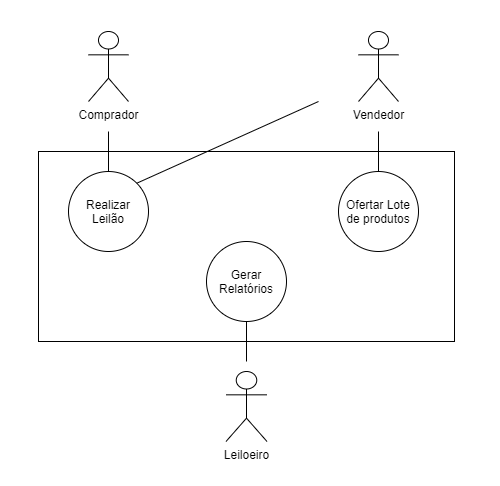
Above: Levantamento de Requisitos/diagrama_de_casos_de_uso.png in AndreHGN/Lab-Engenharia-Software-Grupo-3 (draw.io), before the change. Source tidied: cells renumbered, new cells last; positions are measured from the earlier drawing's top-left corner, leaving out a move shared by most shapes. The source it was exported from:
```xml
<mxGraphModel>
  <root>
    <mxCell id="0" />
    <mxCell id="1" parent="0" />
    <mxCell id="2" style="rounded=0;whiteSpace=wrap;html=1;" parent="1" vertex="1">
      <mxGeometry y="120" width="416" height="190" as="geometry" />
    </mxCell>
    <mxCell id="3" value="Comprador" style="shape=umlActor;verticalLabelPosition=bottom;verticalAlign=top;html=1;" parent="1" vertex="1">
      <mxGeometry x="50" width="40" height="70" as="geometry" />
    </mxCell>
    <mxCell id="4" value="Vendedor" style="shape=umlActor;verticalLabelPosition=bottom;verticalAlign=top;html=1;" parent="1" vertex="1">
      <mxGeometry x="320" width="40" height="70" as="geometry" />
    </mxCell>
    <mxCell id="5" value="Leiloeiro" style="shape=umlActor;verticalLabelPosition=bottom;verticalAlign=top;html=1;" parent="1" vertex="1">
      <mxGeometry x="187.5" y="340" width="41" height="70" as="geometry" />
    </mxCell>
    <mxCell id="6" value="Realizar Leilão" style="ellipse;whiteSpace=wrap;html=1;" parent="1" vertex="1">
      <mxGeometry x="30" y="140" width="80" height="80" as="geometry" />
    </mxCell>
    <mxCell id="7" value="Ofertar Lote de produtos" style="ellipse;whiteSpace=wrap;html=1;" parent="1" vertex="1">
      <mxGeometry x="300" y="140" width="80" height="80" as="geometry" />
    </mxCell>
    <mxCell id="8" value="Gerar Relatórios" style="ellipse;whiteSpace=wrap;html=1;" parent="1" vertex="1">
      <mxGeometry x="168" y="210" width="80" height="80" as="geometry" />
    </mxCell>
    <mxCell id="9" style="endArrow=none;html=1;exitX=0.5;exitY=0;exitDx=0;exitDy=0;" parent="1" edge="1" source="6">
      <mxGeometry relative="1" as="geometry">
        <mxPoint x="70" y="100" as="targetPoint" />
      </mxGeometry>
    </mxCell>
    <mxCell id="10" style="endArrow=none;html=1;exitX=1;exitY=0;exitDx=0;exitDy=0;" parent="1" edge="1" source="6">
      <mxGeometry relative="1" as="geometry">
        <mxPoint x="280" y="70" as="targetPoint" />
      </mxGeometry>
    </mxCell>
    <mxCell id="11" style="endArrow=none;html=1;entryX=0.5;entryY=0;entryDx=0;entryDy=0;" parent="1" edge="1" target="7">
      <mxGeometry relative="1" as="geometry">
        <mxPoint x="340" y="100" as="sourcePoint" />
      </mxGeometry>
    </mxCell>
    <mxCell id="12" style="endArrow=none;html=1;exitX=0.5;exitY=1;exitDx=0;exitDy=0;" parent="1" edge="1" source="8">
      <mxGeometry relative="1" as="geometry">
        <mxPoint x="208" y="330" as="targetPoint" />
      </mxGeometry>
    </mxCell>
  </root>
</mxGraphModel>
```
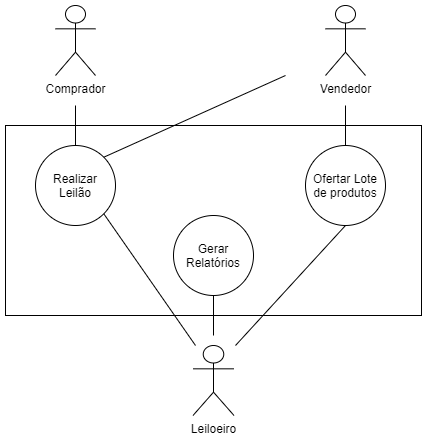
After the change.

The edit, as a diff of the source:
```diff
@@ -43,5 +43,15 @@
         <mxPoint x="208" y="330" as="targetPoint" />
       </mxGeometry>
     </mxCell>
+    <mxCell id="13" style="endArrow=none;html=1;entryX=0.5;entryY=1;entryDx=0;entryDy=0;" parent="1" edge="1" target="7">
+      <mxGeometry relative="1" as="geometry">
+        <mxPoint x="230" y="340" as="sourcePoint" />
+      </mxGeometry>
+    </mxCell>
+    <mxCell id="14" style="endArrow=none;html=1;exitX=1;exitY=1;exitDx=0;exitDy=0;" parent="1" edge="1" source="6">
+      <mxGeometry relative="1" as="geometry">
+        <mxPoint x="190" y="340" as="targetPoint" />
+      </mxGeometry>
+    </mxCell>
   </root>
 </mxGraphModel>
```
